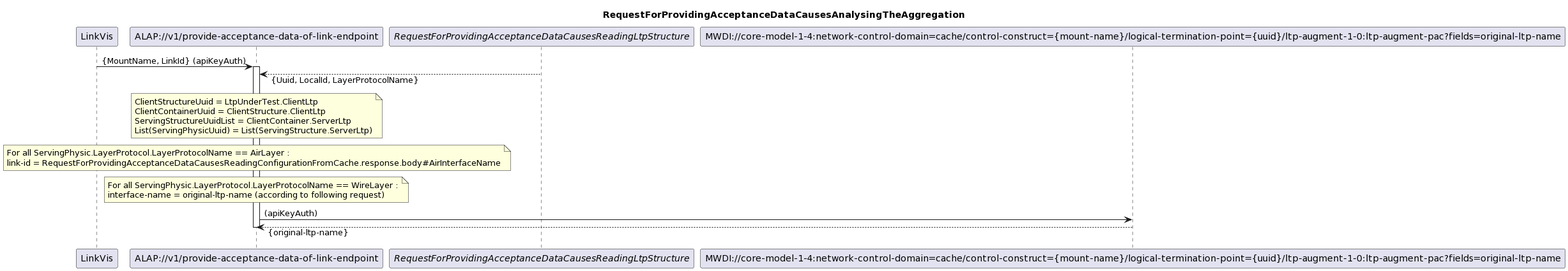
Earlier version of the PlantUML export spec/diagrams/115_AnalysingAggregation.png (openBackhaul/AccessPlanningToolProxy). Its diagram source:
```plantuml
@startuml
skinparam responseMessageBelowArrow true

title
RequestForProvidingAcceptanceDataCausesAnalysingTheAggregation
end title

participant "LinkVis" as LinkVis
participant "ALAP://v1/provide-acceptance-data-of-link-endpoint" as ALAP
participant "<i>RequestForProvidingAcceptanceDataCausesReadingLtpStructure</i>" as LTPs
participant "MWDI://core-model-1-4:network-control-domain=cache/control-construct={mount-name}/logical-termination-point={uuid}/ltp-augment-1-0:ltp-augment-pac?fields=original-ltp-name" as WireInterfaceName

LinkVis -> ALAP: {MountName, LinkId} (apiKeyAuth)
activate ALAP

LTPs --> ALAP: {Uuid, LocalId, LayerProtocolName}

note over ALAP
ClientStructureUuid = LtpUnderTest.ClientLtp
ClientContainerUuid = ClientStructure.ClientLtp
ServingStructureUuidList = ClientContainer.ServerLtp
List(ServingPhysicUuid) = List(ServingStructure.ServerLtp)
end note

note over ALAP
For all ServingPhysic.LayerProtocol.LayerProtocolName == AirLayer :
link-id = RequestForProvidingAcceptanceDataCausesReadingConfigurationFromCache.response.body#AirInterfaceName
end note

note over ALAP
For all ServingPhysic.LayerProtocol.LayerProtocolName == WireLayer :
interface-name = original-ltp-name (according to following request)
end note

ALAP -> WireInterfaceName: (apiKeyAuth)
WireInterfaceName --> ALAP: {original-ltp-name}

deactivate ALAP
@enduml
```
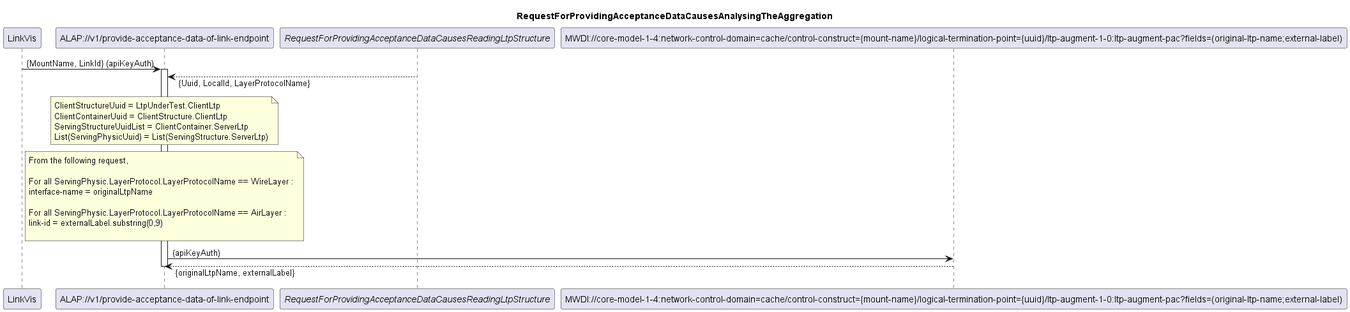
Later version of the same file.

Commit message:
Update diagram 115_AnalysingAggregation

What changed in the source:
```diff
@@ -1,4 +1,4 @@
-@startuml
+@startuml 115_AnalysingAggregation
 skinparam responseMessageBelowArrow true
 
 title
@@ -8,7 +8,7 @@
 participant "LinkVis" as LinkVis
 participant "ALAP://v1/provide-acceptance-data-of-link-endpoint" as ALAP
 participant "<i>RequestForProvidingAcceptanceDataCausesReadingLtpStructure</i>" as LTPs
-participant "MWDI://core-model-1-4:network-control-domain=cache/control-construct={mount-name}/logical-termination-point={uuid}/ltp-augment-1-0:ltp-augment-pac?fields=original-ltp-name" as WireInterfaceName
+participant "MWDI://core-model-1-4:network-control-domain=cache/control-construct={mount-name}/logical-termination-point={uuid}/ltp-augment-1-0:ltp-augment-pac?fields=(original-ltp-name;external-label)" as WireInterfaceName
 
 LinkVis -> ALAP: {MountName, LinkId} (apiKeyAuth)
 activate ALAP
@@ -23,17 +23,20 @@
 end note
 
 note over ALAP
+From the following request,
+
+For all ServingPhysic.LayerProtocol.LayerProtocolName == WireLayer :
+interface-name = originalLtpName
+
 For all ServingPhysic.LayerProtocol.LayerProtocolName == AirLayer :
-link-id = RequestForProvidingAcceptanceDataCausesReadingConfigurationFromCache.response.body#AirInterfaceName
+link-id = externalLabel.substring(0,9)
+
 end note
 
-note over ALAP
-For all ServingPhysic.LayerProtocol.LayerProtocolName == WireLayer :
-interface-name = original-ltp-name (according to following request)
-end note
 
 ALAP -> WireInterfaceName: (apiKeyAuth)
-WireInterfaceName --> ALAP: {original-ltp-name}
+WireInterfaceName --> ALAP: {originalLtpName, externalLabel}
 
 deactivate ALAP
+
 @enduml
```
